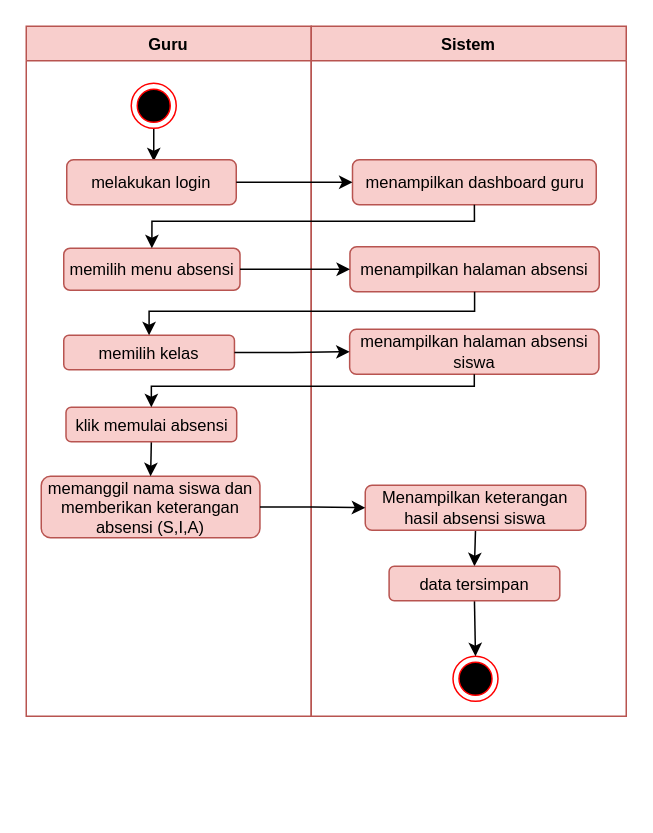
Before: page "GURU ABSEN" (11 of 16) of Diagram Tanpa Judul.drawio in bayudani/diagram, a draw.io diagram. Source tidied: cells renumbered, new cells numbered last; positions are measured from the earlier drawing's top-left corner, leaving out a move shared by most shapes. Both pictures are drawn from the tidied source at 150%, with x=0, y=0 at pixel (26, 26).
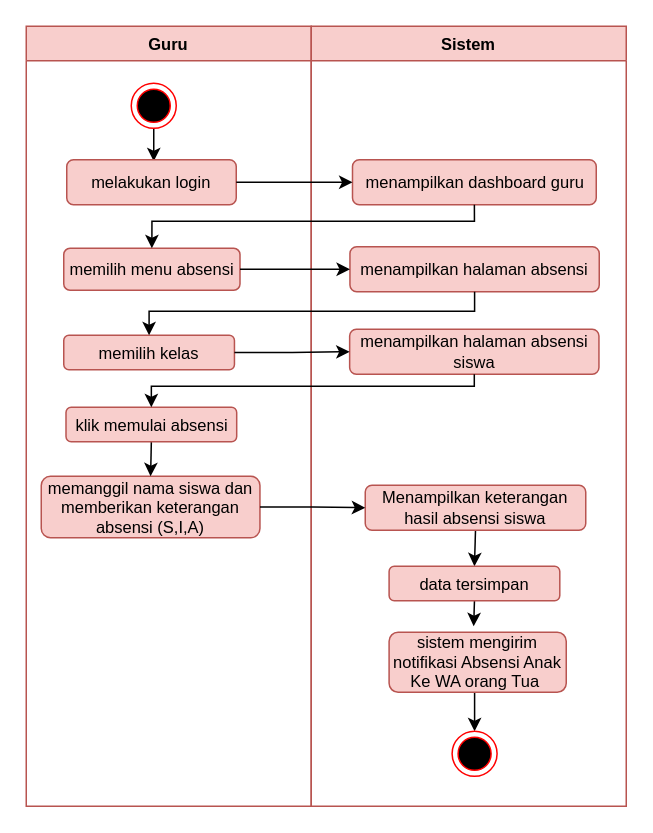
Above is the later version.

Unchanged cells that the change refers to:
```xml
<mxCell id="19" value="data tersimpan" style="rounded=1;whiteSpace=wrap;html=1;fillColor=#f8cecc;strokeColor=#b85450;fontSize=11;" parent="11" vertex="1">
  <mxGeometry x="51.9" y="360" width="113.8" height="23" as="geometry" />
</mxCell>
```

Diff of the diagram source:
```diff
@@
     <mxCell id="2" value="Guru" style="swimlane;whiteSpace=wrap;html=1;fillColor=#f8cecc;strokeColor=#b85450;startSize=23;fontSize=11;" parent="1" vertex="1">
-      <mxGeometry width="190" height="460" as="geometry" />
+      <mxGeometry width="190" height="520" as="geometry" />
     </mxCell>
@@
     <mxCell id="11" value="Sistem" style="swimlane;whiteSpace=wrap;html=1;fillColor=#f8cecc;strokeColor=#b85450;fontSize=11;" parent="1" vertex="1">
-      <mxGeometry x="190" width="210" height="460" as="geometry" />
+      <mxGeometry x="190" width="210" height="520" as="geometry" />
     </mxCell>
@@
-    <mxCell id="17" style="ellipse;html=1;shape=endState;fillColor=#000000;strokeColor=#ff0000;fontSize=11;" parent="11" vertex="1">
-      <mxGeometry x="94.5" y="420" width="30" height="30" as="geometry" />
-    </mxCell>
-    <mxCell id="18" style="edgeStyle=orthogonalEdgeStyle;rounded=0;jettySize=auto;html=1;exitX=0.5;exitY=1;exitDx=0;exitDy=0;entryX=0.5;entryY=0;entryDx=0;entryDy=0;" parent="11" edge="1" source="19" target="17">
-      <mxGeometry relative="1" as="geometry" />
-    </mxCell>
+    <mxCell id="27" style="edgeStyle=orthogonalEdgeStyle;rounded=0;jettySize=auto;html=1;exitX=0.5;exitY=1;exitDx=0;exitDy=0;" parent="11" edge="1" source="19">
+      <mxGeometry relative="1" as="geometry">
+        <mxPoint x="108.3" y="400" as="targetPoint" />
+      </mxGeometry>
+    </mxCell>
@@
+    <mxCell id="28" style="edgeStyle=orthogonalEdgeStyle;rounded=0;jettySize=auto;html=1;exitX=0.5;exitY=1;exitDx=0;exitDy=0;entryX=0.5;entryY=0;entryDx=0;entryDy=0;" parent="11" edge="1" source="29" target="30">
+      <mxGeometry relative="1" as="geometry" />
+    </mxCell>
+    <mxCell id="29" value="sistem mengirim notifikasi Absensi Anak Ke WA orang Tua&amp;nbsp;" style="rounded=1;whiteSpace=wrap;html=1;fillColor=#f8cecc;strokeColor=#b85450;fontSize=11;" parent="11" vertex="1">
+      <mxGeometry x="51.9" y="404" width="118.1" height="40" as="geometry" />
+    </mxCell>
+    <mxCell id="30" style="ellipse;html=1;shape=endState;fillColor=#000000;strokeColor=#ff0000;fontSize=11;" parent="11" vertex="1">
+      <mxGeometry x="93.9" y="470" width="30" height="30" as="geometry" />
+    </mxCell>
```
